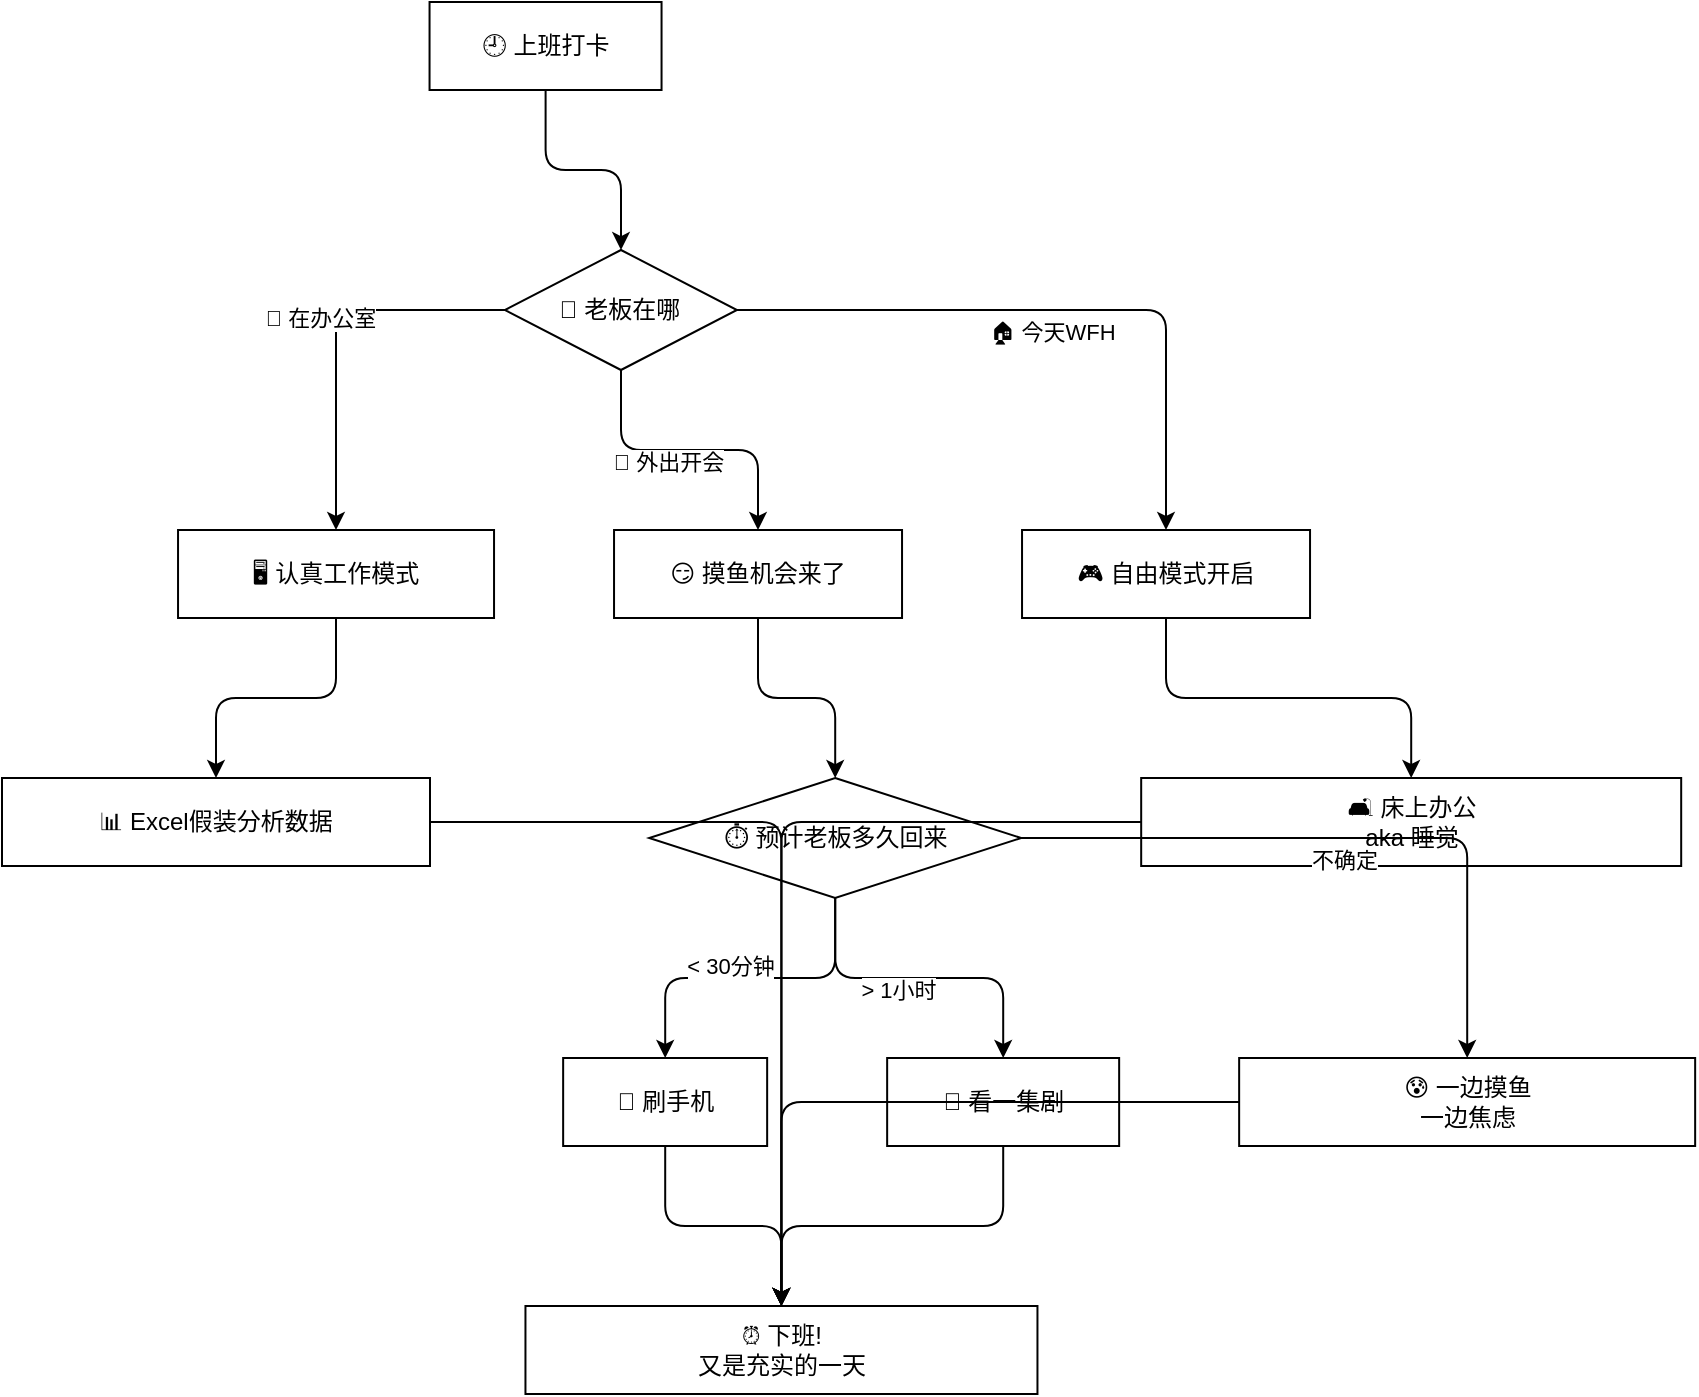
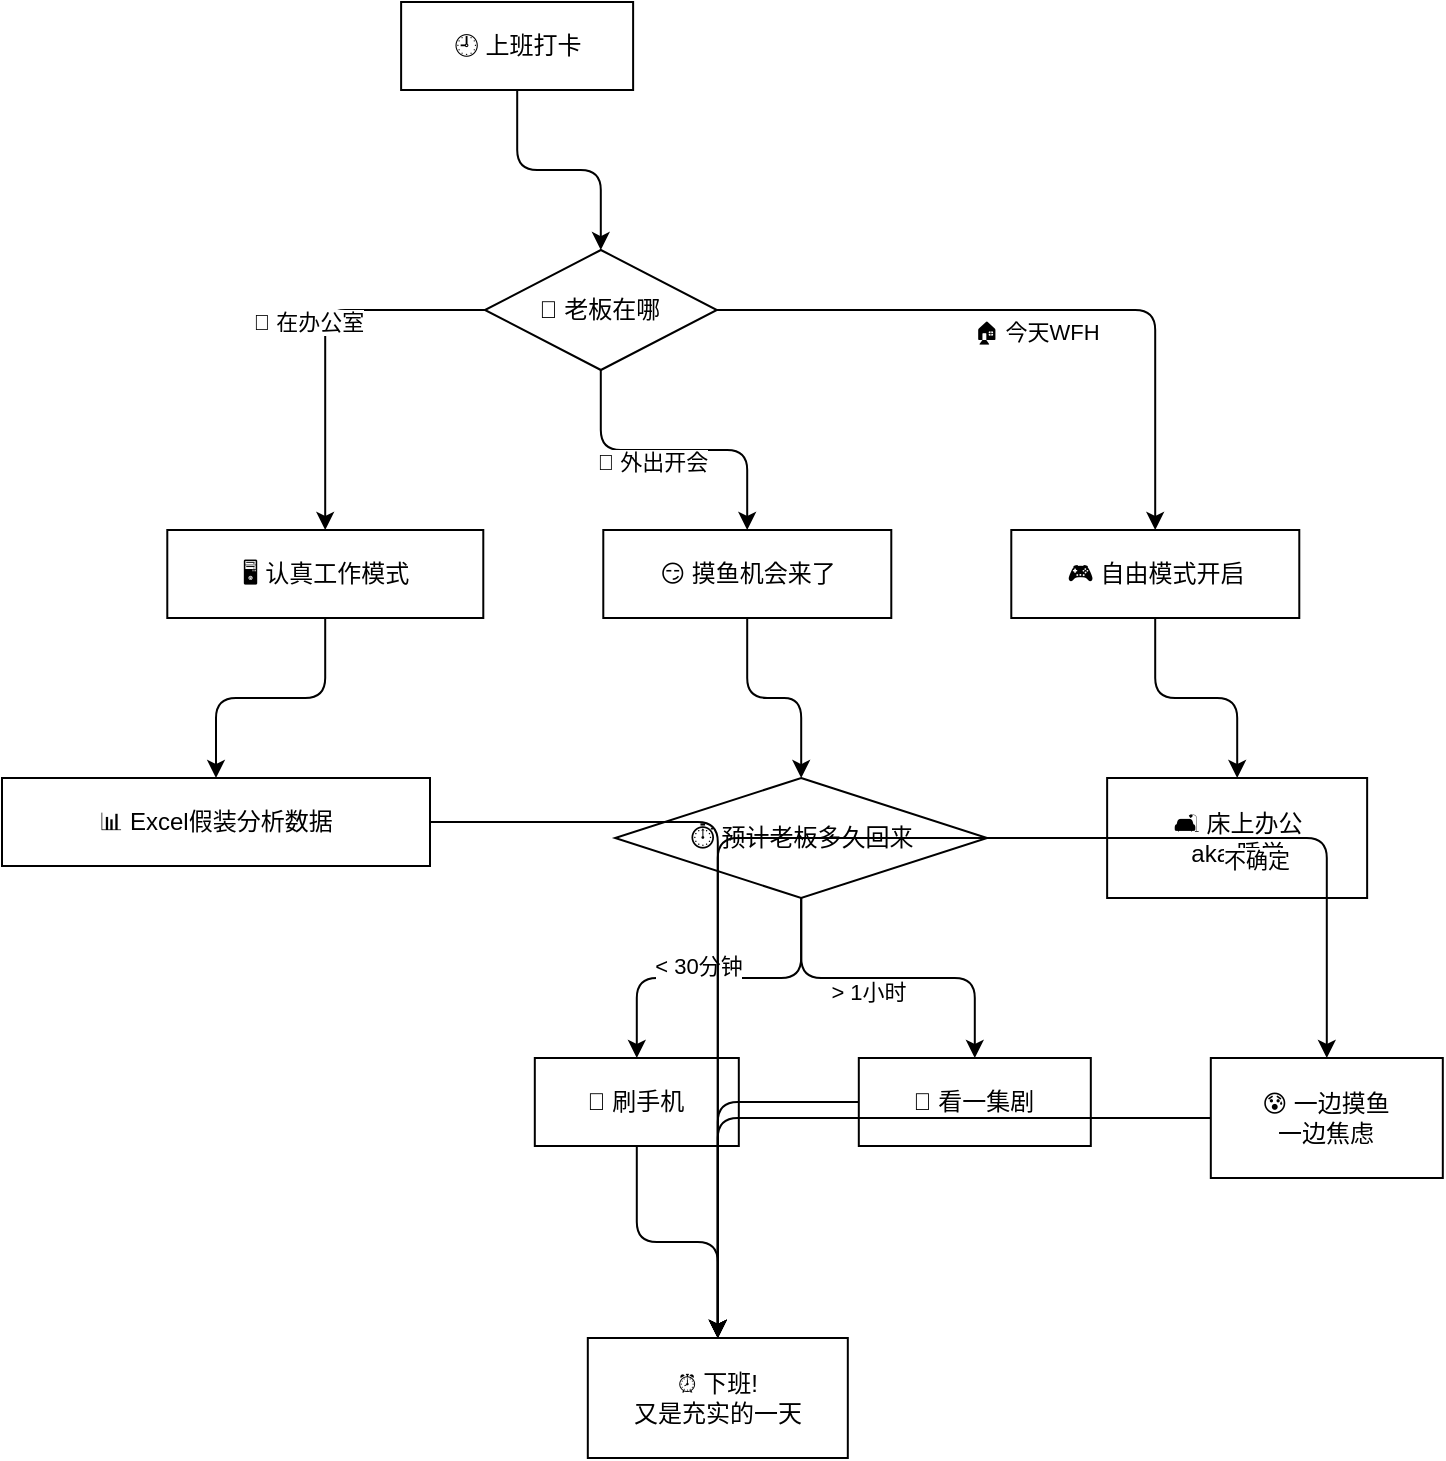
<mxfile host="graphmcp" agent="graphmcp/1.0" type="device">
-   <diagram name="slacking-off" id="gti8xmdwp9g7ja">
+   <diagram name="slacking-off" id="gti9b6m046lbyb">
    <mxGraphModel dx="800" dy="600" grid="1" gridSize="10" guides="1" tooltips="1" connect="1" arrows="1" fold="1" page="1" pageScale="1" pageWidth="1169" pageHeight="826" math="0" shadow="0">
      <root>
        <mxCell id="0"/>
        <mxCell id="1" parent="0"/>
        <mxCell id="A" value="🕘 上班打卡" style="rounded=0;whiteSpace=wrap;html=1;" vertex="1" parent="1">
-           <mxGeometry x="233.777" y="20" width="116" height="44" as="geometry"/>
+           <mxGeometry x="219.558" y="20" width="116" height="44" as="geometry"/>
        </mxCell>
        <mxCell id="B" value="👀 老板在哪" style="rhombus;whiteSpace=wrap;html=1;" vertex="1" parent="1">
-           <mxGeometry x="271.483" y="144" width="116" height="60" as="geometry"/>
+           <mxGeometry x="261.444" y="144" width="116" height="60" as="geometry"/>
        </mxCell>
        <mxCell id="C" value="🖥️ 认真工作模式" style="rounded=0;whiteSpace=wrap;html=1;" vertex="1" parent="1">
-           <mxGeometry x="108.02" y="284" width="158" height="44" as="geometry"/>
+           <mxGeometry x="102.644" y="284" width="158" height="44" as="geometry"/>
        </mxCell>
        <mxCell id="D" value="😏 摸鱼机会来了" style="rounded=0;whiteSpace=wrap;html=1;" vertex="1" parent="1">
-           <mxGeometry x="326.02" y="284" width="144" height="44" as="geometry"/>
+           <mxGeometry x="320.644" y="284" width="144" height="44" as="geometry"/>
        </mxCell>
        <mxCell id="E" value="🎮 自由模式开启" style="rounded=0;whiteSpace=wrap;html=1;" vertex="1" parent="1">
-           <mxGeometry x="530.02" y="284" width="144" height="44" as="geometry"/>
+           <mxGeometry x="524.644" y="284" width="144" height="44" as="geometry"/>
        </mxCell>
        <mxCell id="C1" value="📊 Excel假装分析数据" style="rounded=0;whiteSpace=wrap;html=1;" vertex="1" parent="1">
          <mxGeometry x="20" y="408" width="214" height="44" as="geometry"/>
        </mxCell>
        <mxCell id="D1" value="⏱️ 预计老板多久回来" style="rhombus;whiteSpace=wrap;html=1;" vertex="1" parent="1">
-           <mxGeometry x="343.59" y="408" width="186" height="60" as="geometry"/>
+           <mxGeometry x="326.57" y="408" width="186" height="60" as="geometry"/>
        </mxCell>
        <mxCell id="D2" value="📱 刷手机" style="rounded=0;whiteSpace=wrap;html=1;" vertex="1" parent="1">
-           <mxGeometry x="300.574" y="548" width="102" height="44" as="geometry"/>
+           <mxGeometry x="286.404" y="548" width="102" height="44" as="geometry"/>
        </mxCell>
        <mxCell id="D3" value="🍿 看一集剧" style="rounded=0;whiteSpace=wrap;html=1;" vertex="1" parent="1">
-           <mxGeometry x="462.574" y="548" width="116" height="44" as="geometry"/>
+           <mxGeometry x="448.404" y="548" width="116" height="44" as="geometry"/>
        </mxCell>
        <mxCell id="D4" value="😰 一边摸鱼&lt;br&gt;一边焦虑" style="rounded=0;whiteSpace=wrap;html=1;" vertex="1" parent="1">
-           <mxGeometry x="638.574" y="548" width="228" height="44" as="geometry"/>
+           <mxGeometry x="624.404" y="548" width="116" height="60" as="geometry"/>
        </mxCell>
        <mxCell id="E1" value="🛋️ 床上办公&lt;br&gt;aka 睡觉" style="rounded=0;whiteSpace=wrap;html=1;" vertex="1" parent="1">
-           <mxGeometry x="589.59" y="408" width="270" height="44" as="geometry"/>
+           <mxGeometry x="572.57" y="408" width="130" height="60" as="geometry"/>
        </mxCell>
        <mxCell id="F" value="⏰ 下班!&lt;br&gt;又是充实的一天" style="rounded=0;whiteSpace=wrap;html=1;" vertex="1" parent="1">
-           <mxGeometry x="281.73" y="672" width="256" height="44" as="geometry"/>
+           <mxGeometry x="312.905" y="688" width="130" height="60" as="geometry"/>
        </mxCell>
        <mxCell id="edge1" value="" style="edgeStyle=orthogonalEdgeStyle;rounded=1;html=1;" edge="1" parent="1" source="A" target="B">
          <mxGeometry relative="1" as="geometry">
          </mxGeometry>
        </mxCell>
        <mxCell id="edge2" value="🏢 在办公室" style="edgeStyle=orthogonalEdgeStyle;rounded=1;html=1;" edge="1" parent="1" source="B" target="C">
          <mxGeometry relative="1" as="geometry">
-             <mxPoint x="-8.15587" y="-8.80237" as="offset"/>
+             <mxPoint x="-8.30094" y="-8.6657" as="offset"/>
          </mxGeometry>
        </mxCell>
        <mxCell id="edge3" value="🚗 外出开会" style="edgeStyle=orthogonalEdgeStyle;rounded=1;html=1;" edge="1" parent="1" source="B" target="D">
          <mxGeometry relative="1" as="geometry">
-             <mxPoint x="-10.65" y="5.52967" as="offset"/>
+             <mxPoint x="-10.4944" y="5.81959" as="offset"/>
          </mxGeometry>
        </mxCell>
        <mxCell id="edge4" value="🏠 今天WFH" style="edgeStyle=orthogonalEdgeStyle;rounded=1;html=1;" edge="1" parent="1" source="B" target="E">
          <mxGeometry relative="1" as="geometry">
-             <mxPoint x="-5.23082" y="10.7999" as="offset"/>
+             <mxPoint x="-5.15921" y="10.8343" as="offset"/>
          </mxGeometry>
        </mxCell>
        <mxCell id="edge5" value="" style="edgeStyle=orthogonalEdgeStyle;rounded=1;html=1;" edge="1" parent="1" source="C" target="C1">
          <mxGeometry relative="1" as="geometry">
          </mxGeometry>
        </mxCell>
        <mxCell id="edge6" value="" style="edgeStyle=orthogonalEdgeStyle;rounded=1;html=1;" edge="1" parent="1" source="D" target="D1">
          <mxGeometry relative="1" as="geometry">
          </mxGeometry>
        </mxCell>
        <mxCell id="edge7" value="&amp;lt; 30分钟" style="edgeStyle=orthogonalEdgeStyle;rounded=1;html=1;" edge="1" parent="1" source="D1" target="D2">
          <mxGeometry relative="1" as="geometry">
-             <mxPoint x="-10.0886" y="-6.49766" as="offset"/>
+             <mxPoint x="-10.1875" y="-6.34148" as="offset"/>
          </mxGeometry>
        </mxCell>
        <mxCell id="edge8" value="&amp;gt; 1小时" style="edgeStyle=orthogonalEdgeStyle;rounded=1;html=1;" edge="1" parent="1" source="D1" target="D3">
          <mxGeometry relative="1" as="geometry">
-             <mxPoint x="-10.1245" y="6.44165" as="offset"/>
+             <mxPoint x="-10.0253" y="6.59493" as="offset"/>
          </mxGeometry>
        </mxCell>
        <mxCell id="edge9" value="不确定" style="edgeStyle=orthogonalEdgeStyle;rounded=1;html=1;" edge="1" parent="1" source="D1" target="D4">
          <mxGeometry relative="1" as="geometry">
-             <mxPoint x="-4.62553" y="11.0727" as="offset"/>
+             <mxPoint x="-5.64148" y="10.5912" as="offset"/>
          </mxGeometry>
        </mxCell>
        <mxCell id="edge10" value="" style="edgeStyle=orthogonalEdgeStyle;rounded=1;html=1;" edge="1" parent="1" source="E" target="E1">
          <mxGeometry relative="1" as="geometry">
          </mxGeometry>
        </mxCell>
        <mxCell id="edge11" value="" style="edgeStyle=orthogonalEdgeStyle;rounded=1;html=1;" edge="1" parent="1" source="C1" target="F">
          <mxGeometry relative="1" as="geometry">
          </mxGeometry>
        </mxCell>
        <mxCell id="edge12" value="" style="edgeStyle=orthogonalEdgeStyle;rounded=1;html=1;" edge="1" parent="1" source="D2" target="F">
          <mxGeometry relative="1" as="geometry">
          </mxGeometry>
        </mxCell>
        <mxCell id="edge13" value="" style="edgeStyle=orthogonalEdgeStyle;rounded=1;html=1;" edge="1" parent="1" source="D3" target="F">
          <mxGeometry relative="1" as="geometry">
          </mxGeometry>
        </mxCell>
        <mxCell id="edge14" value="" style="edgeStyle=orthogonalEdgeStyle;rounded=1;html=1;" edge="1" parent="1" source="D4" target="F">
          <mxGeometry relative="1" as="geometry">
          </mxGeometry>
        </mxCell>
        <mxCell id="edge15" value="" style="edgeStyle=orthogonalEdgeStyle;rounded=1;html=1;" edge="1" parent="1" source="E1" target="F">
          <mxGeometry relative="1" as="geometry">
          </mxGeometry>
        </mxCell>
      </root>
    </mxGraphModel>
  </diagram>
</mxfile>
